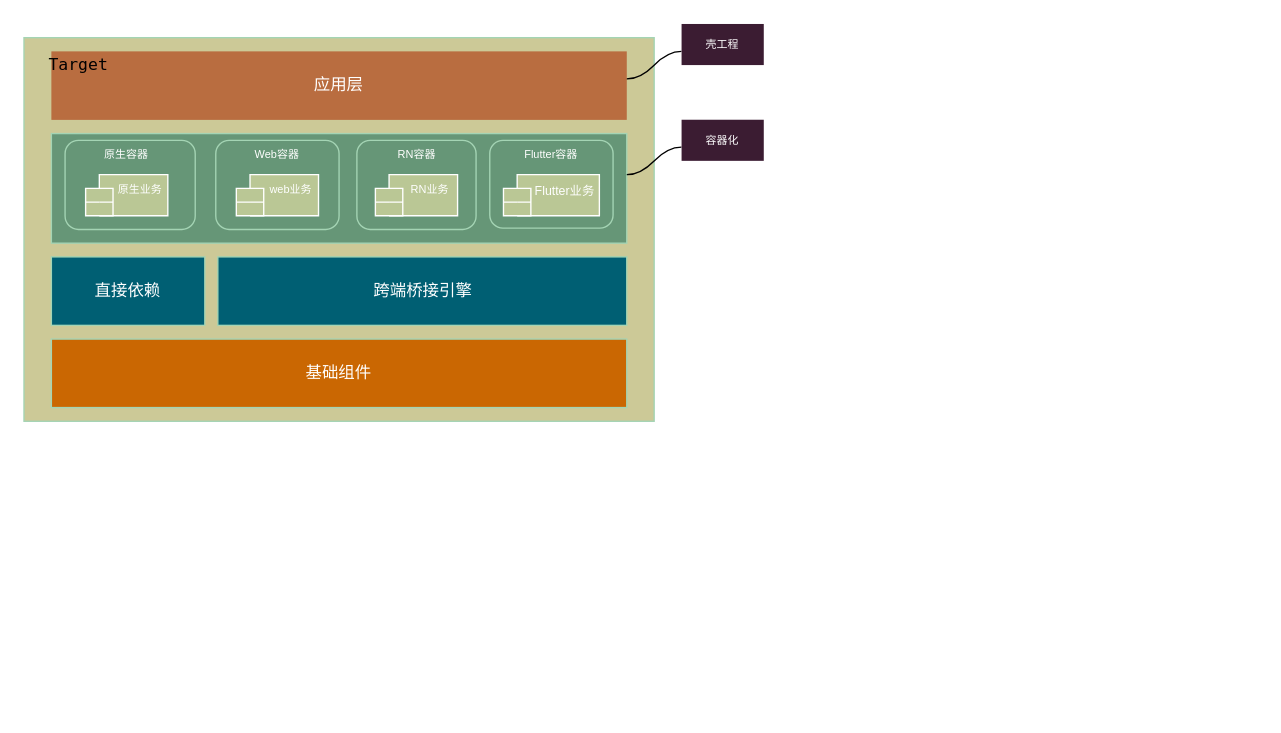
Above: page "第 2 页" (2 of 2) of 容器化宣讲.drawio in Dcell/drawio (draw.io), before the change. Source tidied: cells renumbered, new cells numbered last; positions are measured from the earlier drawing's top-left corner, leaving out a move shared by most shapes. Both pictures are drawn from the tidied source at 137%, with x=0, y=0 at pixel (23, 23).
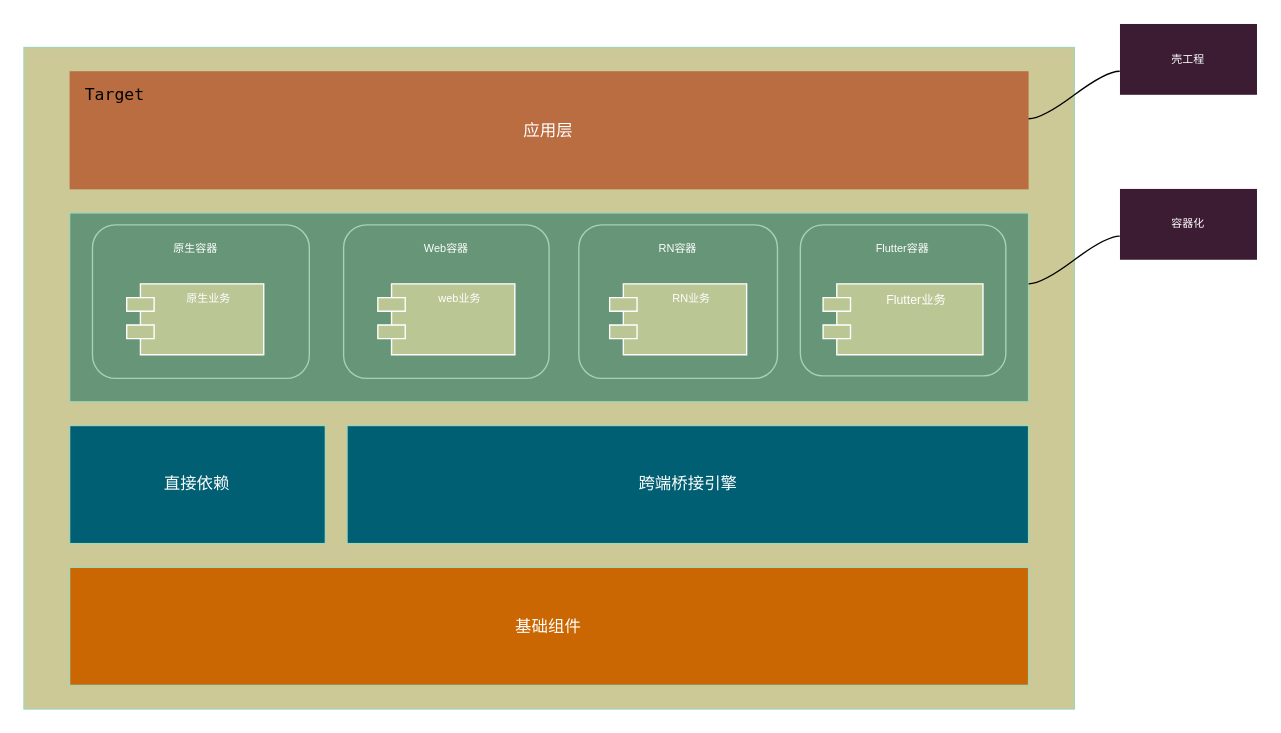
Above is the later version.

Commit message:
更新容器化宣讲.drawio

What changed in the source:
```diff
@@
+    <mxCell id="25" style="group;" parent="1" vertex="1">
+      <mxGeometry width="900" height="500" as="geometry" />
+    </mxCell>
-    <mxCell id="2" style="rounded=0;whiteSpace=wrap;html=1;shadow=0;labelBackgroundColor=none;fontFamily=Lucida Console;fontColor=#FFFFFF;strokeColor=#A4D4B4;strokeWidth=1;fillColor=#CCC997;" parent="1" vertex="1">
-      <mxGeometry y="10" width="460" height="280" as="geometry" />
+    <mxCell id="2" style="rounded=0;whiteSpace=wrap;html=1;shadow=0;labelBackgroundColor=none;fontFamily=Lucida Console;fontColor=#FFFFFF;strokeColor=#A4D4B4;strokeWidth=1;fillColor=#CCC997;" parent="25" vertex="1">
+      <mxGeometry y="17.2" width="766.7" height="482.8" as="geometry" />
     </mxCell>
-    <mxCell id="3" value="应用层" style="rounded=0;whiteSpace=wrap;html=1;shadow=0;labelBackgroundColor=none;fontFamily=Lucida Console;strokeColor=none;strokeWidth=1;fillColor=#B96D40;fontColor=#FFFFFF;" parent="1" vertex="1">
-      <mxGeometry x="20" y="20" width="420" height="50" as="geometry" />
+    <mxCell id="3" value="应用层" style="rounded=0;whiteSpace=wrap;html=1;shadow=0;labelBackgroundColor=none;fontFamily=Lucida Console;strokeColor=none;strokeWidth=1;fillColor=#B96D40;fontColor=#FFFFFF;" parent="25" vertex="1">
+      <mxGeometry x="33.3" y="34.5" width="700" height="86.2" as="geometry" />
     </mxCell>
-    <mxCell id="4" value="Target" style="text;html=1;strokeColor=none;fillColor=none;align=center;verticalAlign=middle;whiteSpace=wrap;rounded=0;shadow=0;labelBackgroundColor=none;fontFamily=Lucida Console;" parent="1" vertex="1">
-      <mxGeometry x="20" y="20" width="40" height="20" as="geometry" />
+    <mxCell id="4" value="Target" style="text;html=1;strokeColor=none;fillColor=none;align=center;verticalAlign=middle;whiteSpace=wrap;rounded=0;shadow=0;labelBackgroundColor=none;fontFamily=Lucida Console;" parent="25" vertex="1">
+      <mxGeometry x="33.3" y="34.5" width="66.7" height="34.5" as="geometry" />
     </mxCell>
-    <mxCell id="5" style="rounded=0;whiteSpace=wrap;html=1;shadow=0;labelBackgroundColor=none;fontFamily=Lucida Console;fontColor=#FFFFFF;strokeColor=#A4D4B4;strokeWidth=1;fillColor=#669677;" parent="1" vertex="1">
-      <mxGeometry x="20" y="80" width="420" height="80" as="geometry" />
+    <mxCell id="5" style="rounded=0;whiteSpace=wrap;html=1;shadow=0;labelBackgroundColor=none;fontFamily=Lucida Console;fontColor=#FFFFFF;strokeColor=#A4D4B4;strokeWidth=1;fillColor=#669677;" parent="25" vertex="1">
+      <mxGeometry x="33.3" y="137.9" width="700" height="137.9" as="geometry" />
     </mxCell>
-    <mxCell id="6" style="rounded=1;whiteSpace=wrap;html=1;shadow=0;labelBackgroundColor=none;fontFamily=Lucida Console;fontColor=#FFFFFF;strokeColor=#A4D4B4;strokeWidth=1;fillColor=#669677;" parent="1" vertex="1">
-      <mxGeometry x="30" y="85" width="95" height="65" as="geometry" />
+    <mxCell id="6" style="rounded=1;whiteSpace=wrap;html=1;shadow=0;labelBackgroundColor=none;fontFamily=Lucida Console;fontColor=#FFFFFF;strokeColor=#A4D4B4;strokeWidth=1;fillColor=#669677;" parent="25" vertex="1">
+      <mxGeometry x="50" y="146.6" width="158.3" height="112.1" as="geometry" />
     </mxCell>
-    <mxCell id="7" style="rounded=1;whiteSpace=wrap;html=1;shadow=0;labelBackgroundColor=none;fontFamily=Lucida Console;fontColor=#FFFFFF;strokeColor=#A4D4B4;strokeWidth=1;fillColor=#669677;" parent="1" vertex="1">
-      <mxGeometry x="140" y="85" width="90" height="65" as="geometry" />
+    <mxCell id="7" style="rounded=1;whiteSpace=wrap;html=1;shadow=0;labelBackgroundColor=none;fontFamily=Lucida Console;fontColor=#FFFFFF;strokeColor=#A4D4B4;strokeWidth=1;fillColor=#669677;" parent="25" vertex="1">
+      <mxGeometry x="233.3" y="146.6" width="150" height="112.1" as="geometry" />
     </mxCell>
-    <mxCell id="8" style="rounded=1;whiteSpace=wrap;html=1;shadow=0;labelBackgroundColor=none;fontFamily=Lucida Console;fontColor=#FFFFFF;strokeColor=#A4D4B4;strokeWidth=1;fillColor=#669677;" parent="1" vertex="1">
-      <mxGeometry x="340" y="85" width="90" height="64" as="geometry" />
+    <mxCell id="8" style="rounded=1;whiteSpace=wrap;html=1;shadow=0;labelBackgroundColor=none;fontFamily=Lucida Console;fontColor=#FFFFFF;strokeColor=#A4D4B4;strokeWidth=1;fillColor=#669677;" parent="25" vertex="1">
+      <mxGeometry x="566.7" y="146.6" width="150" height="110.3" as="geometry" />
     </mxCell>
-    <mxCell id="9" style="rounded=1;whiteSpace=wrap;html=1;shadow=0;labelBackgroundColor=none;fontFamily=Lucida Console;fontColor=#FFFFFF;strokeColor=#A4D4B4;strokeWidth=1;fillColor=#669677;" parent="1" vertex="1">
-      <mxGeometry x="243" y="85" width="87" height="65" as="geometry" />
+    <mxCell id="9" style="rounded=1;whiteSpace=wrap;html=1;shadow=0;labelBackgroundColor=none;fontFamily=Lucida Console;fontColor=#FFFFFF;strokeColor=#A4D4B4;strokeWidth=1;fillColor=#669677;" parent="25" vertex="1">
+      <mxGeometry x="405" y="146.6" width="145" height="112.1" as="geometry" />
     </mxCell>
-    <mxCell id="10" value="跨端桥接引擎" style="rounded=0;whiteSpace=wrap;html=1;shadow=0;labelBackgroundColor=none;fontFamily=Helvetica;fontColor=#FFFFFF;strokeColor=#A4D4B4;strokeWidth=1;fillColor=#005F73;" parent="1" vertex="1">
-      <mxGeometry x="141.5" y="170" width="298.5" height="50" as="geometry" />
+    <mxCell id="10" value="跨端桥接引擎" style="rounded=0;whiteSpace=wrap;html=1;shadow=0;labelBackgroundColor=none;fontFamily=Helvetica;fontColor=#FFFFFF;strokeColor=#A4D4B4;strokeWidth=1;fillColor=#005F73;" parent="25" vertex="1">
+      <mxGeometry x="235.8" y="293.1" width="497.5" height="86.2" as="geometry" />
     </mxCell>
-    <mxCell id="11" value="基础组件" style="rounded=0;whiteSpace=wrap;html=1;shadow=0;labelBackgroundColor=none;fontFamily=Helvetica;fontColor=#FFFFFF;strokeColor=#A4D4B4;strokeWidth=1;fillColor=#CA6702;" parent="1" vertex="1">
-      <mxGeometry x="20" y="230" width="420" height="50" as="geometry" />
+    <mxCell id="11" value="基础组件" style="rounded=0;whiteSpace=wrap;html=1;shadow=0;labelBackgroundColor=none;fontFamily=Helvetica;fontColor=#FFFFFF;strokeColor=#A4D4B4;strokeWidth=1;fillColor=#CA6702;" parent="25" vertex="1">
+      <mxGeometry x="33.3" y="396.6" width="700" height="86.2" as="geometry" />
     </mxCell>
-    <mxCell id="12" value="原生业务" style="shape=module;align=left;spacingLeft=20;align=center;verticalAlign=top;shadow=0;labelBackgroundColor=none;fontFamily=Helvetica;fontColor=#FFFFFF;strokeColor=#FFFFFF;strokeWidth=1;fillColor=#BAC795;fontSize=8;" parent="1" vertex="1">
-      <mxGeometry x="45" y="110" width="60" height="30" as="geometry" />
+    <mxCell id="12" value="原生业务" style="shape=module;align=left;spacingLeft=20;align=center;verticalAlign=top;shadow=0;labelBackgroundColor=none;fontFamily=Helvetica;fontColor=#FFFFFF;strokeColor=#FFFFFF;strokeWidth=1;fillColor=#BAC795;fontSize=8;" parent="25" vertex="1">
+      <mxGeometry x="75" y="189.7" width="100" height="51.7" as="geometry" />
     </mxCell>
-    <mxCell id="13" value="web业务" style="shape=module;align=left;spacingLeft=20;align=center;verticalAlign=top;shadow=0;labelBackgroundColor=none;fontFamily=Helvetica;fontColor=#FFFFFF;strokeColor=#FFFFFF;strokeWidth=1;fillColor=#BAC795;fontSize=8;" parent="1" vertex="1">
-      <mxGeometry x="155" y="110" width="60" height="30" as="geometry" />
+    <mxCell id="13" value="web业务" style="shape=module;align=left;spacingLeft=20;align=center;verticalAlign=top;shadow=0;labelBackgroundColor=none;fontFamily=Helvetica;fontColor=#FFFFFF;strokeColor=#FFFFFF;strokeWidth=1;fillColor=#BAC795;fontSize=8;" parent="25" vertex="1">
+      <mxGeometry x="258.3" y="189.7" width="100" height="51.7" as="geometry" />
     </mxCell>
-    <mxCell id="14" value="RN业务" style="shape=module;align=left;spacingLeft=20;align=center;verticalAlign=top;shadow=0;labelBackgroundColor=none;fontFamily=Helvetica;fontColor=#FFFFFF;strokeColor=#FFFFFF;strokeWidth=1;fillColor=#BAC795;fontSize=8;" parent="1" vertex="1">
-      <mxGeometry x="256.5" y="110" width="60" height="30" as="geometry" />
+    <mxCell id="14" value="RN业务" style="shape=module;align=left;spacingLeft=20;align=center;verticalAlign=top;shadow=0;labelBackgroundColor=none;fontFamily=Helvetica;fontColor=#FFFFFF;strokeColor=#FFFFFF;strokeWidth=1;fillColor=#BAC795;fontSize=8;" parent="25" vertex="1">
+      <mxGeometry x="427.5" y="189.7" width="100" height="51.7" as="geometry" />
     </mxCell>
-    <mxCell id="15" value="Flutter业务" style="shape=module;align=left;spacingLeft=20;align=center;verticalAlign=top;shadow=0;labelBackgroundColor=none;fontFamily=Helvetica;fontColor=#FFFFFF;strokeColor=#FFFFFF;strokeWidth=1;fillColor=#BAC795;fontSize=9;" parent="1" vertex="1">
-      <mxGeometry x="350" y="110" width="70" height="30" as="geometry" />
+    <mxCell id="15" value="Flutter业务" style="shape=module;align=left;spacingLeft=20;align=center;verticalAlign=top;shadow=0;labelBackgroundColor=none;fontFamily=Helvetica;fontColor=#FFFFFF;strokeColor=#FFFFFF;strokeWidth=1;fillColor=#BAC795;fontSize=9;" parent="25" vertex="1">
+      <mxGeometry x="583.3" y="189.7" width="116.7" height="51.7" as="geometry" />
     </mxCell>
-    <mxCell id="16" value="原生容器" style="text;html=1;strokeColor=none;fillColor=none;align=center;verticalAlign=middle;whiteSpace=wrap;rounded=0;shadow=0;labelBackgroundColor=none;fontFamily=Helvetica;fontSize=8;fontColor=#FFFFFF;" parent="1" vertex="1">
-      <mxGeometry x="40" y="90" width="70" height="10" as="geometry" />
+    <mxCell id="16" value="原生容器" style="text;html=1;strokeColor=none;fillColor=none;align=center;verticalAlign=middle;whiteSpace=wrap;rounded=0;shadow=0;labelBackgroundColor=none;fontFamily=Helvetica;fontSize=8;fontColor=#FFFFFF;" parent="25" vertex="1">
+      <mxGeometry x="66.7" y="155.2" width="116.7" height="17.2" as="geometry" />
     </mxCell>
-    <mxCell id="17" value="Web容器" style="text;html=1;strokeColor=none;fillColor=none;align=center;verticalAlign=middle;whiteSpace=wrap;rounded=0;shadow=0;labelBackgroundColor=none;fontFamily=Helvetica;fontSize=8;fontColor=#FFFFFF;" parent="1" vertex="1">
-      <mxGeometry x="150" y="90" width="70" height="10" as="geometry" />
+    <mxCell id="17" value="Web容器" style="text;html=1;strokeColor=none;fillColor=none;align=center;verticalAlign=middle;whiteSpace=wrap;rounded=0;shadow=0;labelBackgroundColor=none;fontFamily=Helvetica;fontSize=8;fontColor=#FFFFFF;" parent="25" vertex="1">
+      <mxGeometry x="250" y="155.2" width="116.7" height="17.2" as="geometry" />
     </mxCell>
-    <mxCell id="18" value="RN容器" style="text;html=1;strokeColor=none;fillColor=none;align=center;verticalAlign=middle;whiteSpace=wrap;rounded=0;shadow=0;labelBackgroundColor=none;fontFamily=Helvetica;fontSize=8;fontColor=#FFFFFF;" parent="1" vertex="1">
-      <mxGeometry x="251.5" y="90" width="70" height="10" as="geometry" />
+    <mxCell id="18" value="RN容器" style="text;html=1;strokeColor=none;fillColor=none;align=center;verticalAlign=middle;whiteSpace=wrap;rounded=0;shadow=0;labelBackgroundColor=none;fontFamily=Helvetica;fontSize=8;fontColor=#FFFFFF;" parent="25" vertex="1">
+      <mxGeometry x="419.2" y="155.2" width="116.7" height="17.2" as="geometry" />
     </mxCell>
-    <mxCell id="19" value="Flutter容器" style="text;html=1;strokeColor=none;fillColor=none;align=center;verticalAlign=middle;whiteSpace=wrap;rounded=0;shadow=0;labelBackgroundColor=none;fontFamily=Helvetica;fontSize=8;fontColor=#FFFFFF;" parent="1" vertex="1">
-      <mxGeometry x="350" y="90" width="70" height="10" as="geometry" />
+    <mxCell id="19" value="Flutter容器" style="text;html=1;strokeColor=none;fillColor=none;align=center;verticalAlign=middle;whiteSpace=wrap;rounded=0;shadow=0;labelBackgroundColor=none;fontFamily=Helvetica;fontSize=8;fontColor=#FFFFFF;" parent="25" vertex="1">
+      <mxGeometry x="583.3" y="155.2" width="116.7" height="17.2" as="geometry" />
     </mxCell>
-    <mxCell id="20" value="直接依赖" style="rounded=0;whiteSpace=wrap;html=1;shadow=0;labelBackgroundColor=none;fontFamily=Helvetica;fontColor=#FFFFFF;strokeColor=#A4D4B4;strokeWidth=1;fillColor=#005F73;" parent="1" vertex="1">
-      <mxGeometry x="20" y="170" width="112" height="50" as="geometry" />
+    <mxCell id="20" value="直接依赖" style="rounded=0;whiteSpace=wrap;html=1;shadow=0;labelBackgroundColor=none;fontFamily=Helvetica;fontColor=#FFFFFF;strokeColor=#A4D4B4;strokeWidth=1;fillColor=#005F73;" parent="25" vertex="1">
+      <mxGeometry x="33.3" y="293.1" width="186.7" height="86.2" as="geometry" />
     </mxCell>
-    <mxCell id="21" style="edgeStyle=entityRelationEdgeStyle;startArrow=none;endArrow=none;segment=10;curved=1;fontFamily=Helvetica;fontSize=8;fontColor=#FFFFFF;" parent="1" edge="1">
+    <mxCell id="21" style="edgeStyle=entityRelationEdgeStyle;startArrow=none;endArrow=none;segment=10;curved=1;fontFamily=Helvetica;fontSize=8;fontColor=#FFFFFF;" parent="25" edge="1">
       <mxGeometry relative="1" as="geometry">
-        <mxPoint x="440" y="40.1" as="sourcePoint" />
-        <mxPoint x="479.9" y="20" as="targetPoint" />
+        <mxPoint x="733.3" y="69.2" as="sourcePoint" />
+        <mxPoint x="799.8" y="34.5" as="targetPoint" />
       </mxGeometry>
     </mxCell>
-    <mxCell id="22" value="壳工程" style="text;html=1;strokeColor=none;fillColor=#3B1C32;align=center;verticalAlign=middle;whiteSpace=wrap;rounded=0;shadow=0;labelBackgroundColor=none;fontFamily=Helvetica;fontSize=8;fontColor=#FFFFFF;" parent="1" vertex="1">
-      <mxGeometry x="480" width="60" height="30" as="geometry" />
+    <mxCell id="22" value="壳工程" style="text;html=1;strokeColor=none;fillColor=#3B1C32;align=center;verticalAlign=middle;whiteSpace=wrap;rounded=0;shadow=0;labelBackgroundColor=none;fontFamily=Helvetica;fontSize=8;fontColor=#FFFFFF;" parent="25" vertex="1">
+      <mxGeometry x="800" width="100" height="51.7" as="geometry" />
     </mxCell>
-    <mxCell id="23" style="edgeStyle=entityRelationEdgeStyle;startArrow=none;endArrow=none;segment=10;curved=1;fontFamily=Helvetica;fontSize=8;fontColor=#FFFFFF;" parent="1" edge="1">
+    <mxCell id="23" style="edgeStyle=entityRelationEdgeStyle;startArrow=none;endArrow=none;segment=10;curved=1;fontFamily=Helvetica;fontSize=8;fontColor=#FFFFFF;" parent="25" edge="1">
       <mxGeometry relative="1" as="geometry">
-        <mxPoint x="440" y="110" as="sourcePoint" />
-        <mxPoint x="479.9" y="89.9" as="targetPoint" />
+        <mxPoint x="733.3" y="189.7" as="sourcePoint" />
+        <mxPoint x="799.8" y="154.9" as="targetPoint" />
       </mxGeometry>
     </mxCell>
-    <mxCell id="24" value="容器化" style="text;html=1;strokeColor=none;fillColor=#3B1C32;align=center;verticalAlign=middle;whiteSpace=wrap;rounded=0;shadow=0;labelBackgroundColor=none;fontFamily=Helvetica;fontSize=8;fontColor=#FFFFFF;" parent="1" vertex="1">
-      <mxGeometry x="480" y="69.9" width="60" height="30" as="geometry" />
+    <mxCell id="24" value="容器化" style="text;html=1;strokeColor=none;fillColor=#3B1C32;align=center;verticalAlign=middle;whiteSpace=wrap;rounded=0;shadow=0;labelBackgroundColor=none;fontFamily=Helvetica;fontSize=8;fontColor=#FFFFFF;" parent="25" vertex="1">
+      <mxGeometry x="800" y="120.4" width="100" height="51.7" as="geometry" />
     </mxCell>
```
